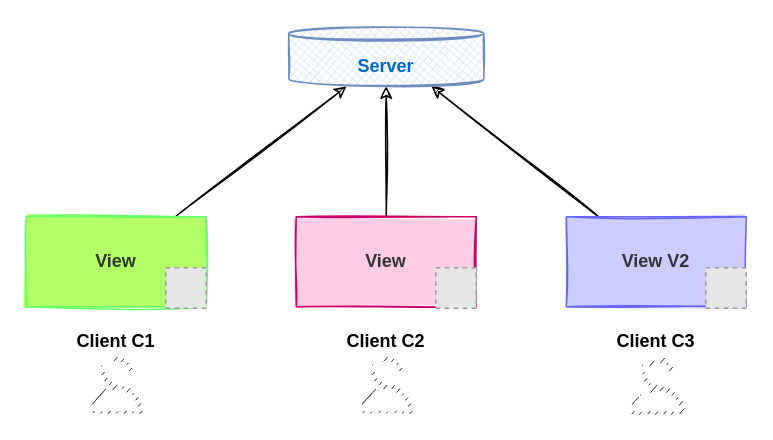
LivelyKernel/lively4-core keeps this draw.io diagram as demos/swd21/croquet/presentation/draw-sketch/client-server-model.drawio. Above is the earlier version. Source tidied: cells renumbered, new cells numbered last; positions are measured from the earlier drawing's top-left corner, leaving out a move shared by most shapes. Both pictures are drawn from the tidied source at 150%, with x=0, y=0 at pixel (26, 26). Pictures stored in the file or linked from it are replaced by grey dashed boxes.
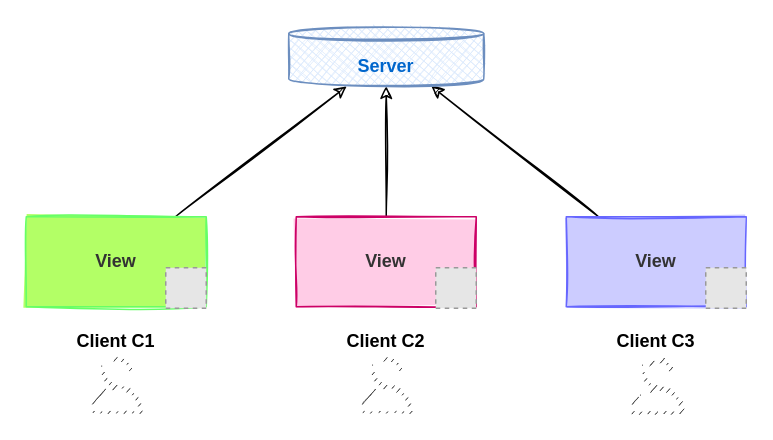
The same diagram, later.

Change to the diagram source:
```diff
@@
 <mxGraphModel background="#ffffff">
   <root>
     <mxCell id="0" />
     <mxCell id="1" parent="0" />
     <mxCell id="2" style="edgeStyle=none;rounded=0;sketch=1;jettySize=auto;html=1;entryX=0.731;entryY=1;entryDx=0;entryDy=0;entryPerimeter=0;fontColor=#0066CC;" parent="1" edge="1" source="3" target="17">
       <mxGeometry relative="1" as="geometry" />
     </mxCell>
-    <mxCell id="3" value="View V2" style="whiteSpace=wrap;html=1;fontColor=#333333;fillStyle=solid;fontStyle=1;strokeColor=#6666FF;fillColor=#CCCCFF;sketch=1;" parent="1" vertex="1">
+    <mxCell id="3" value="View" style="whiteSpace=wrap;html=1;fontColor=#333333;fillStyle=solid;fontStyle=1;strokeColor=#6666FF;fillColor=#CCCCFF;sketch=1;" parent="1" vertex="1">
       <mxGeometry x="360" y="127" width="120" height="60" as="geometry" />
     </mxCell>
     <mxCell id="4" style="edgeStyle=none;rounded=0;sketch=1;jettySize=auto;html=1;entryX=0.5;entryY=1;entryDx=0;entryDy=0;fontColor=#0066CC;" parent="1" edge="1" source="5" target="17">
       <mxGeometry relative="1" as="geometry" />
     </mxCell>
     <mxCell id="5" value="View" style="whiteSpace=wrap;html=1;fontColor=#333333;fillStyle=solid;fontStyle=1;strokeColor=#CC0066;fillColor=#FFCCE6;sketch=1;" parent="1" vertex="1">
       <mxGeometry x="180" y="127" width="120" height="60" as="geometry" />
     </mxCell>
     <mxCell id="6" value="Client C1" style="text;html=1;strokeColor=none;fillColor=none;align=center;verticalAlign=middle;whiteSpace=wrap;fontStyle=1;sketch=1;" parent="1" vertex="1">
       <mxGeometry x="25" y="200" width="70" height="20" as="geometry" />
     </mxCell>
     <mxCell id="7" style="dashed=0;verticalLabelPosition=bottom;verticalAlign=top;align=center;html=1;fontSize=12;fontStyle=0;shape=mxgraph.aws4.user;fillColor=#333333;strokeWidth=1;sketch=1;" parent="1" vertex="1">
       <mxGeometry x="41" y="220" width="38" height="38" as="geometry" />
     </mxCell>
     <mxCell id="8" style="rounded=0;jettySize=auto;html=1;fontColor=#0066CC;sketch=1;" parent="1" edge="1" source="9" target="17">
       <mxGeometry relative="1" as="geometry" />
     </mxCell>
     <mxCell id="9" value="View" style="whiteSpace=wrap;html=1;fontColor=#333333;fillStyle=solid;fontStyle=1;fillColor=#B3FF66;strokeColor=#66FF66;sketch=1;" parent="1" vertex="1">
       <mxGeometry y="127" width="120" height="60" as="geometry" />
     </mxCell>
     <mxCell id="10" style="fillColor=#E6E6E6;strokeColor=#999999;dashed=1;verticalLabelPosition=bottom;labelBackgroundColor=#ffffff;verticalAlign=top;" parent="1" vertex="1">
       <mxGeometry x="93" y="161" width="27" height="27" as="geometry" />
     </mxCell>
     <mxCell id="11" value="Client C2" style="text;html=1;strokeColor=none;fillColor=none;align=center;verticalAlign=middle;whiteSpace=wrap;fontStyle=1;sketch=1;" parent="1" vertex="1">
       <mxGeometry x="205" y="200" width="70" height="20" as="geometry" />
     </mxCell>
     <mxCell id="12" style="dashed=0;verticalLabelPosition=bottom;verticalAlign=top;align=center;html=1;fontSize=12;fontStyle=0;shape=mxgraph.aws4.user;fillColor=#333333;strokeWidth=1;sketch=1;" parent="1" vertex="1">
       <mxGeometry x="221" y="220" width="38" height="38" as="geometry" />
     </mxCell>
     <mxCell id="13" style="fillColor=#E6E6E6;strokeColor=#999999;dashed=1;verticalLabelPosition=bottom;labelBackgroundColor=#ffffff;verticalAlign=top;" parent="1" vertex="1">
       <mxGeometry x="273" y="161" width="27" height="27" as="geometry" />
     </mxCell>
     <mxCell id="14" value="Client C3" style="text;html=1;strokeColor=none;fillColor=none;align=center;verticalAlign=middle;whiteSpace=wrap;fontStyle=1;sketch=1;" parent="1" vertex="1">
       <mxGeometry x="385" y="200" width="70" height="20" as="geometry" />
     </mxCell>
     <mxCell id="15" style="dashed=0;verticalLabelPosition=bottom;verticalAlign=top;align=center;html=1;fontSize=12;fontStyle=0;shape=mxgraph.aws4.user;fillColor=#333333;strokeWidth=1;sketch=1;" parent="1" vertex="1">
       <mxGeometry x="401" y="220" width="38" height="38" as="geometry" />
     </mxCell>
     <mxCell id="16" style="fillColor=#E6E6E6;strokeColor=#999999;dashed=1;verticalLabelPosition=bottom;labelBackgroundColor=#ffffff;verticalAlign=top;" parent="1" vertex="1">
       <mxGeometry x="453" y="161" width="27" height="27" as="geometry" />
     </mxCell>
     <mxCell id="17" value="Server" style="shape=datastore;whiteSpace=wrap;html=1;fillColor=#dae8fc;strokeColor=#6c8ebf;sketch=1;fillStyle=cross-hatch;fontStyle=1;fontColor=#0066CC;" parent="1" vertex="1">
       <mxGeometry x="175" width="130" height="40" as="geometry" />
     </mxCell>
   </root>
 </mxGraphModel>
```
